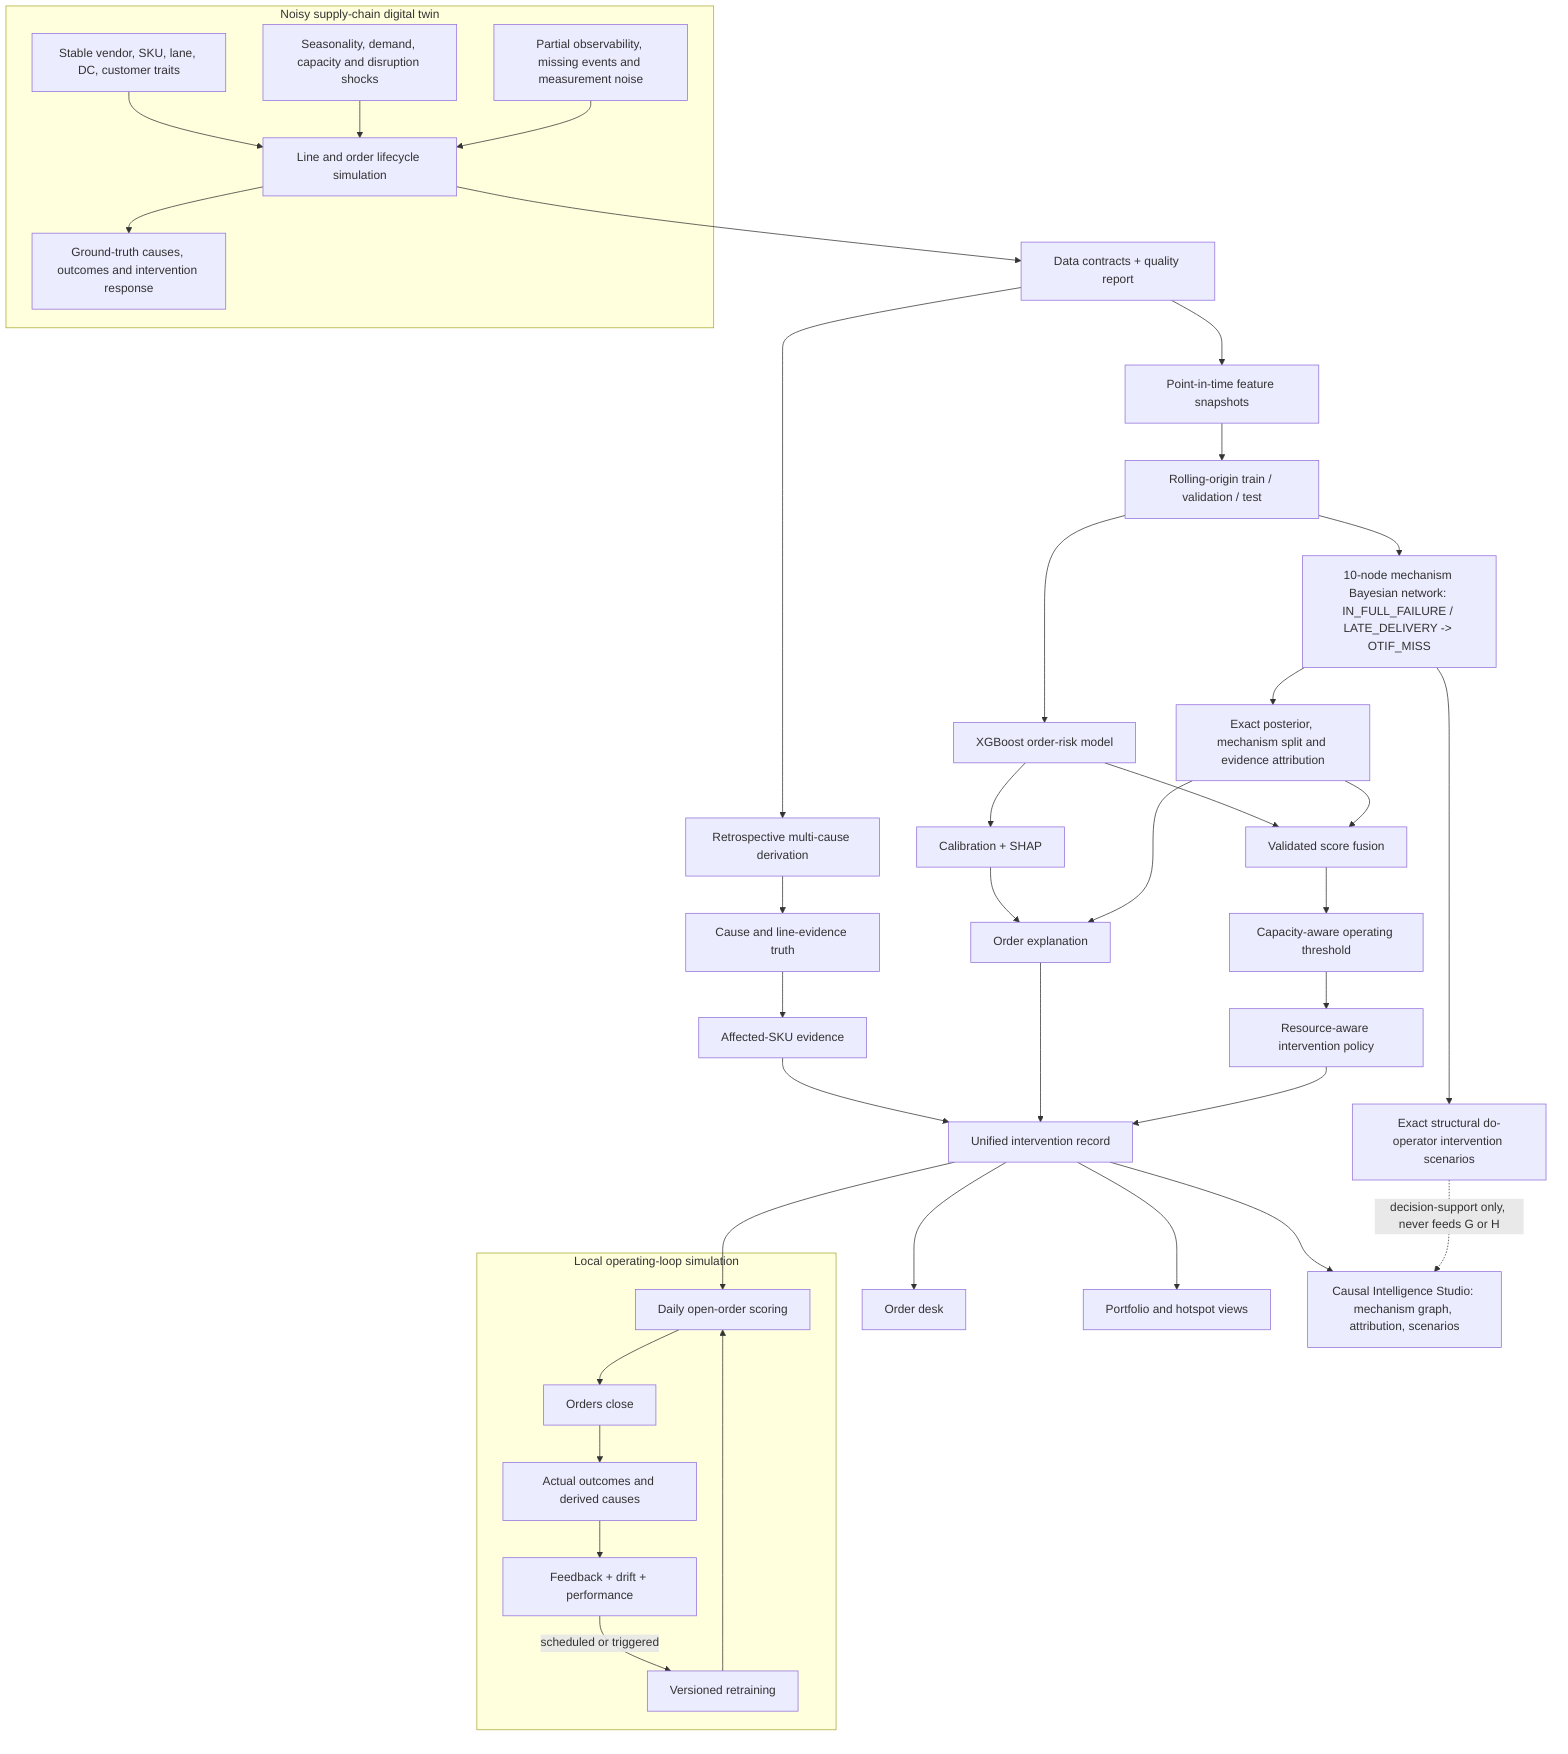
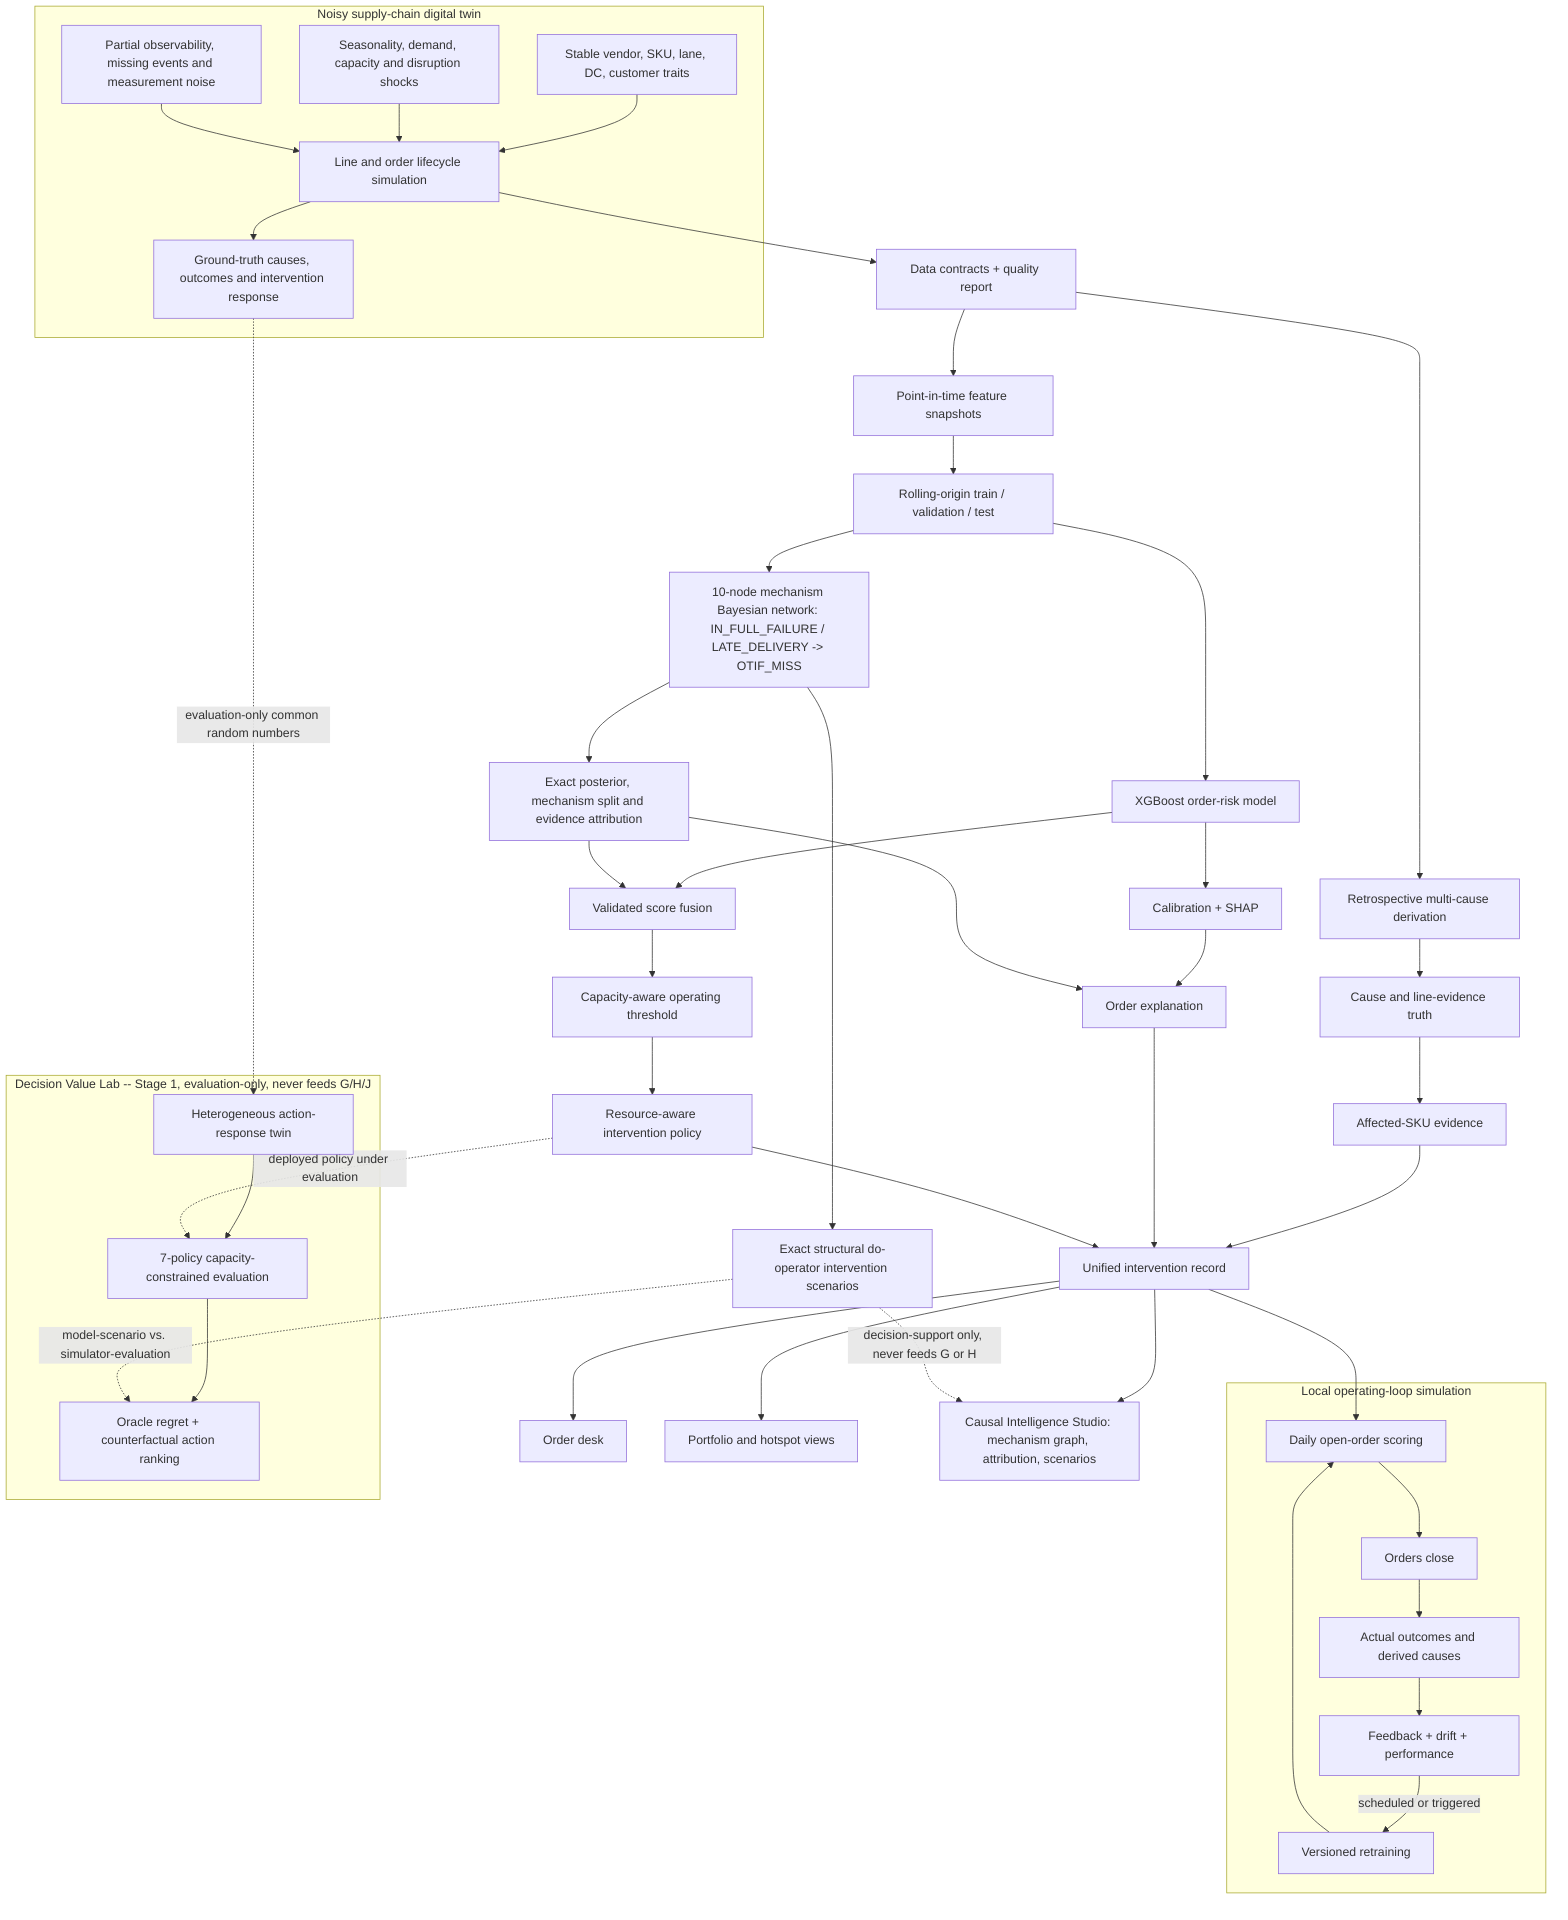
- %% OTIF Risk Intelligence -- target architecture (this iteration: Causal Intelligence Studio).
+ %% OTIF Risk Intelligence -- target architecture (Causal Intelligence Studio +
+ %% Decision Value Lab).
%% Canonical source: kept in sync with docs/architecture/diagrams.py and rendered
%% to docs/architecture/target.svg by docs/architecture/generate.py.
%% Adds a 10-node mechanism Bayesian network (IN_FULL_FAILURE / LATE_DELIVERY ->
%% OTIF_MISS, matching the actual OTIF definition) plus exact structural
%% do(node=value) intervention scenarios and leave-one-evidence-out
%% attribution. Interventions/attribution are decision-support diagnostics
- %% only: they flow to the new Causal Intelligence Studio view, never into the
- %% score fusion or the operational decision.
+ %% only: they flow to the Causal Intelligence Studio view, never into the
+ %% score fusion or the operational decision. Also adds a Decision Value Lab:
+ %% a heterogeneous, probabilistic action-response twin plus capacity-constrained
+ %% multi-policy evaluation (including an evaluation-only oracle ceiling and
+ %% counterfactual action-ranking diagnostics) that measures simulated policy
+ %% value instead of assuming a fixed effectiveness fraction. The lab is
+ %% strictly downstream/evaluation-only: it never feeds fusion (G), the
+ %% operating threshold (H), or the unified intervention record (J).
flowchart TB
    subgraph SIM[Noisy supply-chain digital twin]
      A1[Stable vendor, SKU, lane, DC, customer traits]
      A2[Seasonality, demand, capacity and disruption shocks]
      A3[Partial observability, missing events and measurement noise]
      A1 --> A4[Line and order lifecycle simulation]
      A2 --> A4
      A3 --> A4
      A4 --> A5[Ground-truth causes, outcomes and intervention response]
    end

    A4 --> B[Data contracts + quality report]
    B --> C1[Retrospective multi-cause derivation]
    B --> C2[Point-in-time feature snapshots]
    C1 --> C3[Cause and line-evidence truth]
    C2 --> D[Rolling-origin train / validation / test]

    D --> E1[XGBoost order-risk model]
    E1 --> E2[Calibration + SHAP]
    D --> F1[10-node mechanism Bayesian network: IN_FULL_FAILURE / LATE_DELIVERY -> OTIF_MISS]
    F1 --> F2[Exact posterior, mechanism split and evidence attribution]
    F1 --> F3[Exact structural do-operator intervention scenarios]

    E1 --> G[Validated score fusion]
    F2 --> G
    G --> H[Capacity-aware operating threshold]

    C3 --> I1[Affected-SKU evidence]
    E2 --> I2[Order explanation]
    F2 --> I2
    H --> I3[Resource-aware intervention policy]
    I1 --> J[Unified intervention record]
    I2 --> J
    I3 --> J

    J --> K1[Order desk]
    J --> K2[Portfolio and hotspot views]
    J --> K3[Causal Intelligence Studio: mechanism graph, attribution, scenarios]
    F3 -.->|decision-support only, never feeds G or H| K3

    subgraph LOOP[Local operating-loop simulation]
      L1[Daily open-order scoring] --> L2[Orders close]
      L2 --> L3[Actual outcomes and derived causes]
      L3 --> L4[Feedback + drift + performance]
      L4 -->|scheduled or triggered| L5[Versioned retraining]
      L5 --> L1
    end
    J --> L1
+ 
+     subgraph LAB[Decision Value Lab -- Stage 1, evaluation-only, never feeds G/H/J]
+       M1[Heterogeneous action-response twin] --> M2[7-policy capacity-constrained evaluation]
+       M2 --> M3[Oracle regret + counterfactual action ranking]
+     end
+     A5 -.->|evaluation-only common random numbers| M1
+     I3 -.->|deployed policy under evaluation| M2
+     F3 -.->|model-scenario vs. simulator-evaluation| M3
